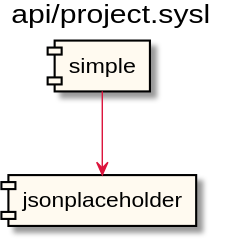
Earlier version of the PlantUML export docs/integration.svg (anz-bank/sysl-go-demo). The source it was exported from:
```plantuml
@startuml


title api/project.sysl
hide stereotype
scale max 16384 height
skinparam component {
  BackgroundColor FloralWhite
  BorderColor Black
  ArrowColor Crimson
}
[simple] as _0 <<highlight>>
[jsonplaceholder] as _1 <<highlight>>
_0 --> _1
@enduml
```
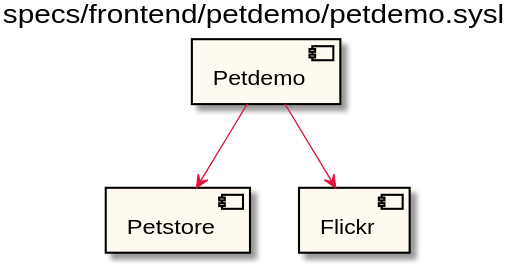
After the commit.

Diff of the diagram source:
```diff
@@ -1,7 +1,7 @@
 @startuml
 
 
-title api/project.sysl
+title specs/frontend/petdemo/petdemo.sysl
 hide stereotype
 scale max 16384 height
 skinparam component {
@@ -9,7 +9,9 @@
   BorderColor Black
   ArrowColor Crimson
 }
-[simple] as _0 <<highlight>>
-[jsonplaceholder] as _1 <<highlight>>
+[Petdemo] as _0 <<highlight>>
+[Petstore] as _1 <<highlight>>
 _0 --> _1
+[Flickr] as _2 <<highlight>>
+_0 --> _2
 @enduml
```
